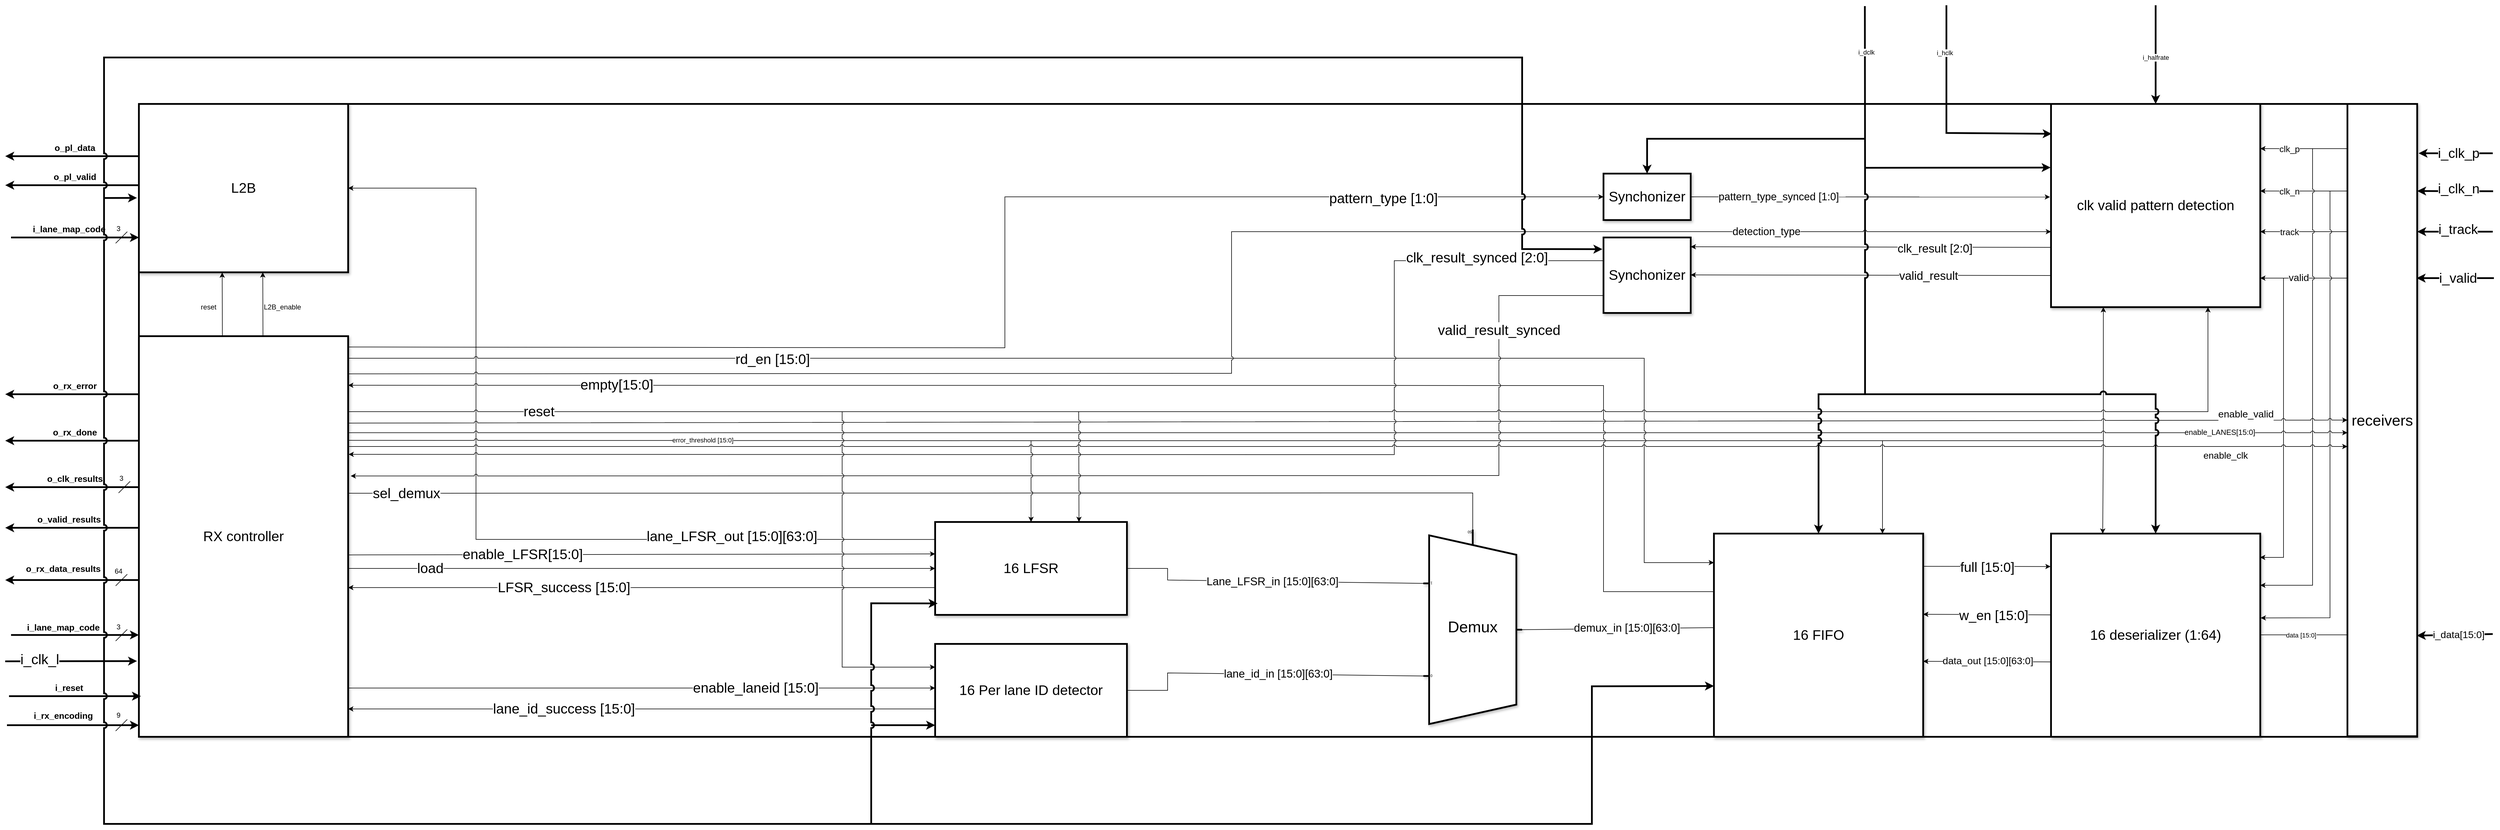
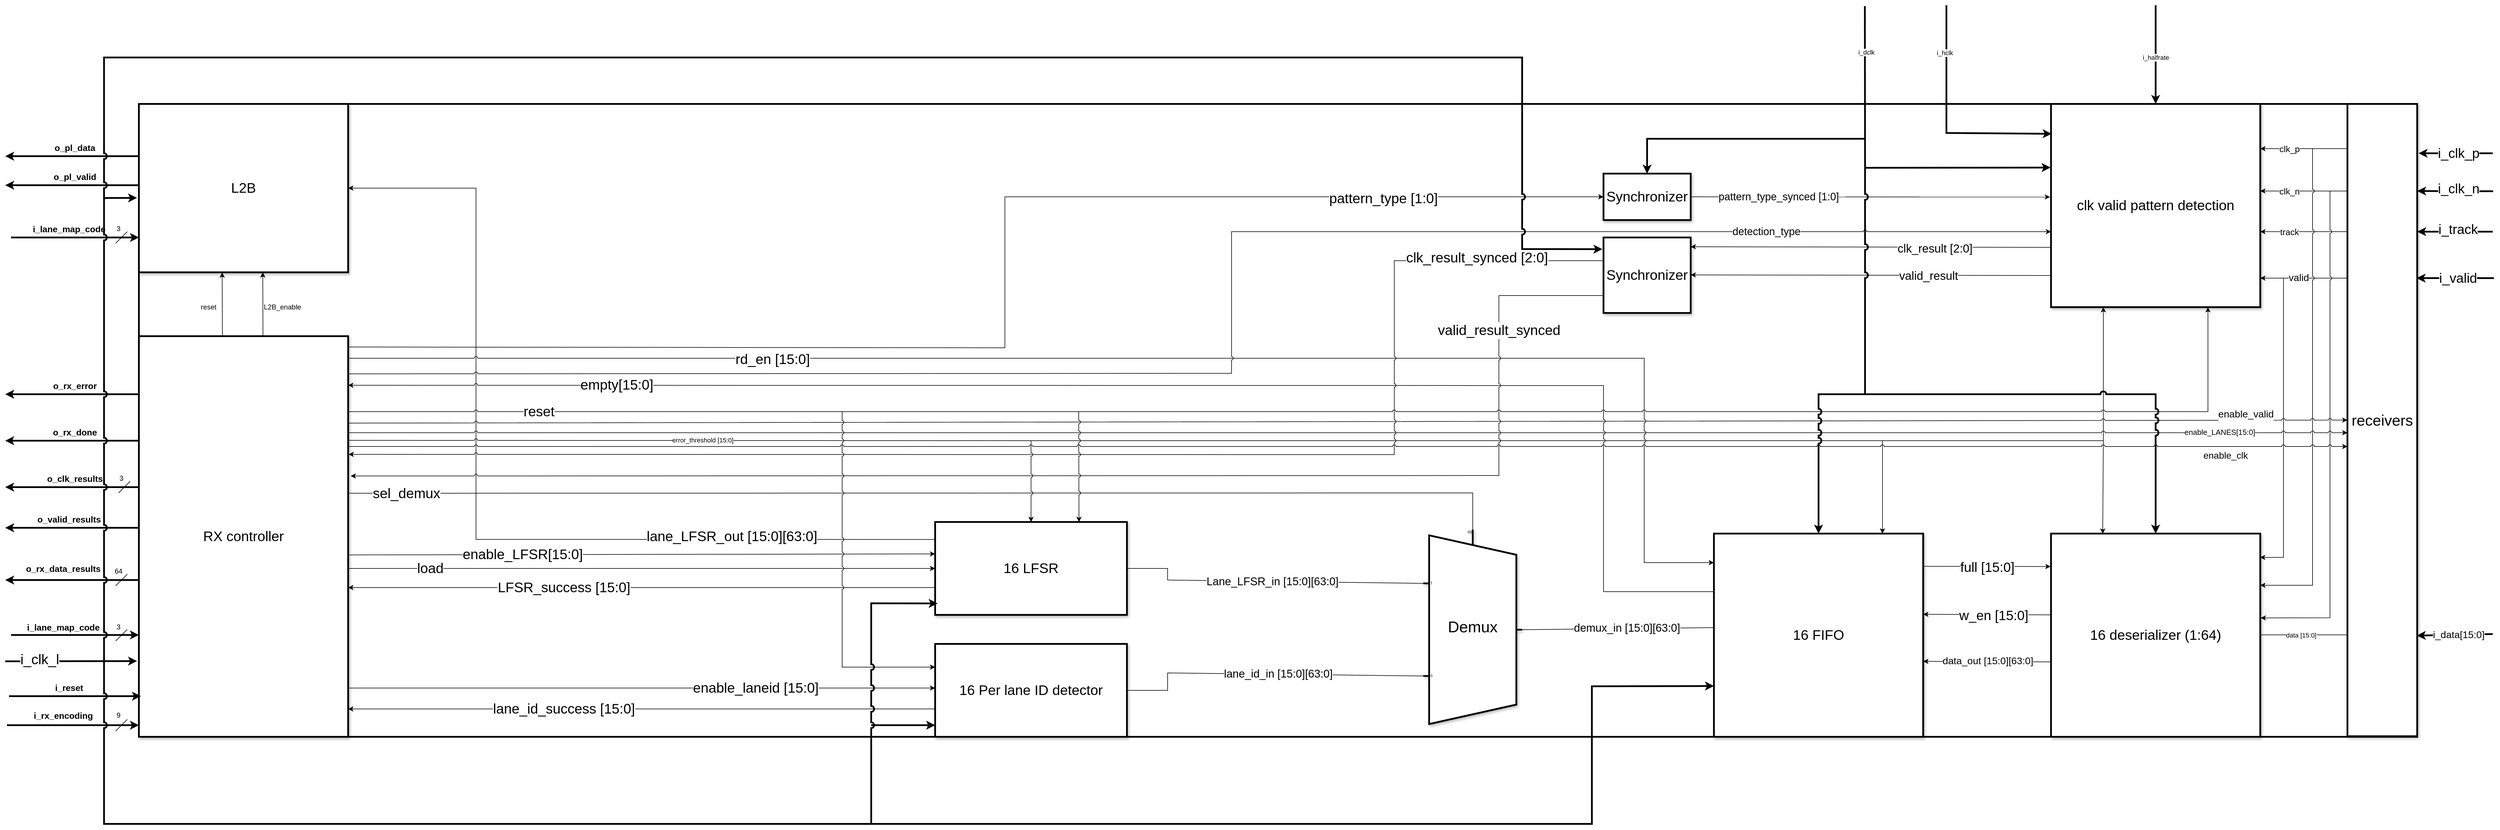
<mxfile host="65bd71144e">
    <diagram id="FaPvTgmFWtk525GHvMJ-" name="Page-1">
        <mxGraphModel dx="5278" dy="4216" grid="1" gridSize="10" guides="1" tooltips="1" connect="1" arrows="1" fold="1" page="1" pageScale="1" pageWidth="850" pageHeight="1100" math="0" shadow="0">
            <root>
                <mxCell id="0"/>
                <mxCell id="1" parent="0"/>
                <mxCell id="2" value="" style="rounded=0;whiteSpace=wrap;html=1;strokeWidth=3;" parent="1" vertex="1">
                    <mxGeometry x="-1500" width="3920" height="1090" as="geometry"/>
                </mxCell>
                <mxCell id="3" value="&lt;font style=&quot;font-size: 26px;&quot;&gt;receivers&lt;/font&gt;" style="rounded=0;whiteSpace=wrap;html=1;strokeWidth=3;shadow=1;" parent="1" vertex="1">
                    <mxGeometry x="2300" width="120" height="1089" as="geometry"/>
                </mxCell>
                <mxCell id="4" value="" style="endArrow=classic;html=1;strokeWidth=3;endFill=1;entryX=1.02;entryY=0.078;entryDx=0;entryDy=0;entryPerimeter=0;" parent="1" target="3" edge="1">
                    <mxGeometry width="50" height="50" relative="1" as="geometry">
                        <mxPoint x="2550" y="85" as="sourcePoint"/>
                        <mxPoint x="2010" y="400" as="targetPoint"/>
                    </mxGeometry>
                </mxCell>
                <mxCell id="5" value="&lt;font style=&quot;font-size: 23px;&quot;&gt;i_clk_p&lt;/font&gt;" style="edgeLabel;html=1;align=center;verticalAlign=middle;resizable=0;points=[];" parent="4" connectable="0" vertex="1">
                    <mxGeometry x="0.4869" y="-2" relative="1" as="geometry">
                        <mxPoint x="36" y="2" as="offset"/>
                    </mxGeometry>
                </mxCell>
                <mxCell id="6" value="" style="endArrow=classic;html=1;entryX=1.001;entryY=0.073;entryDx=0;entryDy=0;entryPerimeter=0;strokeWidth=3;" parent="1" edge="1">
                    <mxGeometry width="50" height="50" relative="1" as="geometry">
                        <mxPoint x="2550.64" y="150.43" as="sourcePoint"/>
                        <mxPoint x="2420" y="150" as="targetPoint"/>
                    </mxGeometry>
                </mxCell>
                <mxCell id="7" value="&lt;font style=&quot;font-size: 23px;&quot;&gt;i_clk_n&lt;/font&gt;" style="edgeLabel;html=1;align=center;verticalAlign=middle;resizable=0;points=[];" parent="6" connectable="0" vertex="1">
                    <mxGeometry x="0.4869" y="-2" relative="1" as="geometry">
                        <mxPoint x="37" y="-2" as="offset"/>
                    </mxGeometry>
                </mxCell>
                <mxCell id="8" value="" style="endArrow=classic;html=1;exitX=1.003;exitY=0.073;exitDx=0;exitDy=0;exitPerimeter=0;strokeWidth=3;" parent="1" edge="1">
                    <mxGeometry width="50" height="50" relative="1" as="geometry">
                        <mxPoint x="2550" y="220" as="sourcePoint"/>
                        <mxPoint x="2420" y="220" as="targetPoint"/>
                    </mxGeometry>
                </mxCell>
                <mxCell id="9" value="&lt;font style=&quot;font-size: 23px;&quot;&gt;i_track&lt;/font&gt;" style="edgeLabel;html=1;align=center;verticalAlign=middle;resizable=0;points=[];" parent="8" connectable="0" vertex="1">
                    <mxGeometry x="0.4869" y="-2" relative="1" as="geometry">
                        <mxPoint x="36" y="-2" as="offset"/>
                    </mxGeometry>
                </mxCell>
                <mxCell id="10" value="" style="endArrow=classic;html=1;entryX=1.001;entryY=0.073;entryDx=0;entryDy=0;entryPerimeter=0;exitX=0.994;exitY=0.852;exitDx=0;exitDy=0;exitPerimeter=0;strokeWidth=3;" parent="1" edge="1">
                    <mxGeometry width="50" height="50" relative="1" as="geometry">
                        <mxPoint x="2550" y="913" as="sourcePoint"/>
                        <mxPoint x="2419.2799999999997" y="915.6800000000003" as="targetPoint"/>
                    </mxGeometry>
                </mxCell>
                <mxCell id="11" value="&lt;font style=&quot;font-size: 17px;&quot;&gt;i_data[15:0]&lt;/font&gt;" style="edgeLabel;html=1;align=center;verticalAlign=middle;resizable=0;points=[];" parent="10" connectable="0" vertex="1">
                    <mxGeometry x="0.4869" y="-2" relative="1" as="geometry">
                        <mxPoint x="38" y="2" as="offset"/>
                    </mxGeometry>
                </mxCell>
                <mxCell id="12" value="&lt;font style=&quot;font-size: 24px;&quot;&gt;clk valid pattern detection&lt;/font&gt;" style="rounded=0;whiteSpace=wrap;html=1;strokeWidth=3;fillColor=#FFFFFF;shadow=1;" parent="1" vertex="1">
                    <mxGeometry x="1790" width="360" height="350" as="geometry"/>
                </mxCell>
                <mxCell id="13" value="" style="endArrow=classic;html=1;entryX=1.001;entryY=0.073;entryDx=0;entryDy=0;entryPerimeter=0;exitX=1.003;exitY=0.073;exitDx=0;exitDy=0;exitPerimeter=0;strokeWidth=3;" parent="1" edge="1">
                    <mxGeometry width="50" height="50" relative="1" as="geometry">
                        <mxPoint x="2552" y="300" as="sourcePoint"/>
                        <mxPoint x="2419" y="300" as="targetPoint"/>
                    </mxGeometry>
                </mxCell>
                <mxCell id="14" value="&lt;font style=&quot;font-size: 23px;&quot;&gt;i_valid&lt;/font&gt;" style="edgeLabel;html=1;align=center;verticalAlign=middle;resizable=0;points=[];" parent="13" connectable="0" vertex="1">
                    <mxGeometry x="0.4869" y="-2" relative="1" as="geometry">
                        <mxPoint x="37" y="2" as="offset"/>
                    </mxGeometry>
                </mxCell>
                <mxCell id="15" value="" style="endArrow=classic;html=1;entryX=1;entryY=1;entryDx=0;entryDy=0;exitX=0;exitY=1;exitDx=0;exitDy=0;rounded=0;strokeColor=default;strokeWidth=1;align=center;verticalAlign=middle;fontFamily=Helvetica;fontSize=11;fontColor=default;labelBackgroundColor=default;curved=0;" parent="1" edge="1">
                    <mxGeometry width="50" height="50" relative="1" as="geometry">
                        <mxPoint x="2300" y="77" as="sourcePoint"/>
                        <mxPoint x="2150" y="77" as="targetPoint"/>
                    </mxGeometry>
                </mxCell>
                <mxCell id="16" value="&lt;font style=&quot;font-size: 15px;&quot;&gt;clk_p&lt;/font&gt;" style="edgeLabel;html=1;align=center;verticalAlign=middle;resizable=0;points=[];rounded=0;strokeColor=default;strokeWidth=3;fontFamily=Helvetica;fontSize=11;fontColor=default;labelBackgroundColor=default;" parent="15" connectable="0" vertex="1">
                    <mxGeometry x="-0.4867" relative="1" as="geometry">
                        <mxPoint x="-62" as="offset"/>
                    </mxGeometry>
                </mxCell>
                <mxCell id="17" value="" style="endArrow=classic;html=1;entryX=1;entryY=1;entryDx=0;entryDy=0;exitX=0;exitY=1;exitDx=0;exitDy=0;rounded=0;strokeColor=default;strokeWidth=1;align=center;verticalAlign=middle;fontFamily=Helvetica;fontSize=11;fontColor=default;labelBackgroundColor=default;curved=0;" parent="1" edge="1">
                    <mxGeometry width="50" height="50" relative="1" as="geometry">
                        <mxPoint x="2300" y="150" as="sourcePoint"/>
                        <mxPoint x="2150" y="150" as="targetPoint"/>
                    </mxGeometry>
                </mxCell>
                <mxCell id="18" value="&lt;font style=&quot;font-size: 15px;&quot;&gt;clk_n&lt;/font&gt;" style="edgeLabel;html=1;align=center;verticalAlign=middle;resizable=0;points=[];rounded=0;strokeColor=default;strokeWidth=3;fontFamily=Helvetica;fontSize=11;fontColor=default;labelBackgroundColor=default;" parent="17" connectable="0" vertex="1">
                    <mxGeometry x="-0.4867" relative="1" as="geometry">
                        <mxPoint x="-62" as="offset"/>
                    </mxGeometry>
                </mxCell>
                <mxCell id="19" value="" style="endArrow=classic;html=1;entryX=1;entryY=1;entryDx=0;entryDy=0;exitX=0;exitY=1;exitDx=0;exitDy=0;rounded=0;strokeColor=default;strokeWidth=1;align=center;verticalAlign=middle;fontFamily=Helvetica;fontSize=11;fontColor=default;labelBackgroundColor=default;curved=0;" parent="1" edge="1">
                    <mxGeometry width="50" height="50" relative="1" as="geometry">
                        <mxPoint x="2300" y="220" as="sourcePoint"/>
                        <mxPoint x="2150" y="220" as="targetPoint"/>
                    </mxGeometry>
                </mxCell>
                <mxCell id="20" value="&lt;font style=&quot;font-size: 15px;&quot;&gt;track&lt;/font&gt;" style="edgeLabel;html=1;align=center;verticalAlign=middle;resizable=0;points=[];rounded=0;strokeColor=default;strokeWidth=3;fontFamily=Helvetica;fontSize=11;fontColor=default;labelBackgroundColor=default;" parent="19" connectable="0" vertex="1">
                    <mxGeometry x="-0.4867" relative="1" as="geometry">
                        <mxPoint x="-62" as="offset"/>
                    </mxGeometry>
                </mxCell>
                <mxCell id="21" value="" style="endArrow=classic;html=1;entryX=1;entryY=1;entryDx=0;entryDy=0;exitX=0;exitY=1;exitDx=0;exitDy=0;rounded=0;strokeColor=default;strokeWidth=1;align=center;verticalAlign=middle;fontFamily=Helvetica;fontSize=11;fontColor=default;labelBackgroundColor=default;curved=0;" parent="1" edge="1">
                    <mxGeometry width="50" height="50" relative="1" as="geometry">
                        <mxPoint x="2300" y="300" as="sourcePoint"/>
                        <mxPoint x="2150" y="300" as="targetPoint"/>
                    </mxGeometry>
                </mxCell>
                <mxCell id="22" value="&lt;font style=&quot;font-size: 17px;&quot;&gt;valid&lt;/font&gt;" style="edgeLabel;html=1;align=center;verticalAlign=middle;resizable=0;points=[];rounded=0;strokeColor=default;strokeWidth=3;fontFamily=Helvetica;fontSize=11;fontColor=default;labelBackgroundColor=default;" parent="21" connectable="0" vertex="1">
                    <mxGeometry x="-0.4867" relative="1" as="geometry">
                        <mxPoint x="-46" as="offset"/>
                    </mxGeometry>
                </mxCell>
                <mxCell id="23" value="&lt;font style=&quot;font-size: 24px;&quot;&gt;16 deserializer (1:64)&lt;/font&gt;" style="rounded=0;whiteSpace=wrap;html=1;strokeWidth=3;fillColor=#FFFFFF;shadow=1;" parent="1" vertex="1">
                    <mxGeometry x="1790" y="740" width="360" height="350" as="geometry"/>
                </mxCell>
                <mxCell id="24" value="" style="endArrow=none;html=1;entryX=1;entryY=1;entryDx=0;entryDy=0;exitX=0;exitY=1;exitDx=0;exitDy=0;" parent="1" edge="1">
                    <mxGeometry width="50" height="50" relative="1" as="geometry">
                        <mxPoint x="2150" y="914.41" as="sourcePoint"/>
                        <mxPoint x="2300" y="914.41" as="targetPoint"/>
                    </mxGeometry>
                </mxCell>
                <mxCell id="25" value="data [15:0]" style="edgeLabel;html=1;align=center;verticalAlign=middle;resizable=0;points=[];" parent="24" connectable="0" vertex="1">
                    <mxGeometry x="-0.4867" relative="1" as="geometry">
                        <mxPoint x="31" as="offset"/>
                    </mxGeometry>
                </mxCell>
                <mxCell id="27" value="&lt;font style=&quot;font-size: 24px;&quot;&gt;16 LFSR&lt;/font&gt;" style="rounded=0;whiteSpace=wrap;html=1;strokeWidth=3;fillColor=#FFFFFF;shadow=1;" parent="1" vertex="1">
                    <mxGeometry x="-130" y="720" width="330" height="160" as="geometry"/>
                </mxCell>
                <mxCell id="28" value="&lt;font style=&quot;font-size: 24px;&quot;&gt;16 Per lane ID detector&lt;/font&gt;" style="rounded=0;whiteSpace=wrap;html=1;strokeWidth=3;fillColor=#FFFFFF;shadow=1;" parent="1" vertex="1">
                    <mxGeometry x="-130" y="930" width="330" height="160" as="geometry"/>
                </mxCell>
                <mxCell id="29" value="&lt;font style=&quot;font-size: 24px;&quot;&gt;L2B&lt;/font&gt;" style="rounded=0;whiteSpace=wrap;html=1;strokeWidth=3;fillColor=#FFFFFF;shadow=1;" parent="1" vertex="1">
                    <mxGeometry x="-1500" width="360" height="290" as="geometry"/>
                </mxCell>
                <mxCell id="30" value="&lt;font style=&quot;font-size: 24px;&quot;&gt;RX controller&lt;/font&gt;" style="rounded=0;whiteSpace=wrap;html=1;strokeWidth=3;fillColor=#FFFFFF;shadow=1;" parent="1" vertex="1">
                    <mxGeometry x="-1500" y="400" width="360" height="690" as="geometry"/>
                </mxCell>
                <mxCell id="31" value="&lt;font style=&quot;font-size: 24px;&quot;&gt;16 FIFO&lt;/font&gt;" style="rounded=0;whiteSpace=wrap;html=1;strokeWidth=3;fillColor=#FFFFFF;shadow=1;" parent="1" vertex="1">
                    <mxGeometry x="1210" y="740" width="360" height="350" as="geometry"/>
                </mxCell>
-                 <mxCell id="32" value="&lt;font style=&quot;font-size: 24px;&quot;&gt;Synchonizer&lt;/font&gt;" style="rounded=0;whiteSpace=wrap;html=1;strokeWidth=3;fillColor=#FFFFFF;shadow=1;" parent="1" vertex="1">
+                 <mxCell id="32" value="&lt;font style=&quot;font-size: 24px;&quot;&gt;Synchronizer&lt;/font&gt;" style="rounded=0;whiteSpace=wrap;html=1;strokeWidth=3;fillColor=#FFFFFF;shadow=1;" parent="1" vertex="1">
                    <mxGeometry x="1020" y="120" width="150" height="80" as="geometry"/>
                </mxCell>
-                 <mxCell id="34" value="&lt;font style=&quot;font-size: 24px;&quot;&gt;Synchonizer&lt;/font&gt;" style="rounded=0;whiteSpace=wrap;html=1;strokeWidth=3;fillColor=#FFFFFF;shadow=1;" parent="1" vertex="1">
+                 <mxCell id="34" value="&lt;font style=&quot;font-size: 24px;&quot;&gt;Synchronizer&lt;/font&gt;" style="rounded=0;whiteSpace=wrap;html=1;strokeWidth=3;fillColor=#FFFFFF;shadow=1;" parent="1" vertex="1">
                    <mxGeometry x="1020" y="230" width="150" height="130" as="geometry"/>
                </mxCell>
                <mxCell id="35" value="&lt;font style=&quot;font-size: 27px;&quot;&gt;Demux&lt;/font&gt;" style="shadow=1;dashed=0;align=center;html=1;strokeWidth=3;shape=mxgraph.electrical.abstract.mux2;operation=demux;whiteSpace=wrap;flipH=1;flipV=1;" parent="1" vertex="1">
                    <mxGeometry x="710" y="733" width="170" height="335" as="geometry"/>
                </mxCell>
                <mxCell id="37" value="" style="endArrow=classic;html=1;entryX=0;entryY=1;entryDx=0;entryDy=0;" parent="1" edge="1">
                    <mxGeometry width="50" height="50" relative="1" as="geometry">
                        <mxPoint x="1790" y="247" as="sourcePoint"/>
                        <mxPoint x="1170" y="246" as="targetPoint"/>
                    </mxGeometry>
                </mxCell>
                <mxCell id="40" value="&lt;font style=&quot;font-size: 20px;&quot;&gt;clk_result [2:0]&lt;/font&gt;" style="edgeLabel;html=1;align=center;verticalAlign=middle;resizable=0;points=[];" parent="37" connectable="0" vertex="1">
                    <mxGeometry x="-0.2189" y="1" relative="1" as="geometry">
                        <mxPoint x="42" as="offset"/>
                    </mxGeometry>
                </mxCell>
                <mxCell id="39" value="" style="endArrow=classic;html=1;entryX=0;entryY=1;entryDx=0;entryDy=0;" parent="1" edge="1">
                    <mxGeometry width="50" height="50" relative="1" as="geometry">
                        <mxPoint x="1790" y="295.5" as="sourcePoint"/>
                        <mxPoint x="1170" y="294.5" as="targetPoint"/>
                    </mxGeometry>
                </mxCell>
                <mxCell id="41" value="&lt;font style=&quot;font-size: 20px;&quot;&gt;valid_result&lt;/font&gt;" style="edgeLabel;html=1;align=center;verticalAlign=middle;resizable=0;points=[];" parent="39" connectable="0" vertex="1">
                    <mxGeometry x="-0.2097" y="1" relative="1" as="geometry">
                        <mxPoint x="34" y="-1" as="offset"/>
                    </mxGeometry>
                </mxCell>
                <mxCell id="42" value="" style="endArrow=classic;html=1;entryX=0.003;entryY=0.147;entryDx=0;entryDy=0;entryPerimeter=0;exitX=0;exitY=0;exitDx=0;exitDy=0;rounded=0;curved=0;strokeWidth=3;" parent="1" target="12" edge="1">
                    <mxGeometry width="50" height="50" relative="1" as="geometry">
                        <Array as="points">
                            <mxPoint x="1610" y="50"/>
                        </Array>
                        <mxPoint x="1610" y="-170" as="sourcePoint"/>
                        <mxPoint x="1710" y="160" as="targetPoint"/>
                    </mxGeometry>
                </mxCell>
                <mxCell id="44" value="i_hclk" style="edgeLabel;html=1;align=center;verticalAlign=middle;resizable=0;points=[];" parent="42" connectable="0" vertex="1">
                    <mxGeometry x="-0.5939" y="-3" relative="1" as="geometry">
                        <mxPoint as="offset"/>
                    </mxGeometry>
                </mxCell>
                <mxCell id="45" value="" style="endArrow=classic;html=1;entryX=-0.002;entryY=0.313;entryDx=0;entryDy=0;entryPerimeter=0;exitX=0.747;exitY=0.001;exitDx=0;exitDy=0;exitPerimeter=0;rounded=0;strokeColor=default;strokeWidth=3;align=center;verticalAlign=middle;fontFamily=Helvetica;fontSize=11;fontColor=default;labelBackgroundColor=default;curved=0;" parent="1" target="12" edge="1">
                    <mxGeometry width="50" height="50" relative="1" as="geometry">
                        <Array as="points">
                            <mxPoint x="1470" y="110"/>
                        </Array>
                        <mxPoint x="1469.6899999999996" y="-168.55000000000018" as="sourcePoint"/>
                        <mxPoint x="1789.9999999999998" y="108.09999999999991" as="targetPoint"/>
                    </mxGeometry>
                </mxCell>
                <mxCell id="46" value="i_dclk" style="edgeLabel;html=1;align=center;verticalAlign=middle;resizable=0;points=[];" parent="45" connectable="0" vertex="1">
                    <mxGeometry x="-0.7349" y="2" relative="1" as="geometry">
                        <mxPoint as="offset"/>
                    </mxGeometry>
                </mxCell>
                <mxCell id="48" value="" style="endArrow=classic;html=1;entryX=-0.005;entryY=0.458;entryDx=0;entryDy=0;entryPerimeter=0;exitX=1;exitY=0.5;exitDx=0;exitDy=0;" parent="1" source="32" target="12" edge="1">
                    <mxGeometry width="50" height="50" relative="1" as="geometry">
                        <mxPoint x="1290" y="200" as="sourcePoint"/>
                        <mxPoint x="1340" y="150" as="targetPoint"/>
                    </mxGeometry>
                </mxCell>
                <mxCell id="50" value="&lt;font style=&quot;font-size: 18px;&quot;&gt;pattern_type_synced [1:0]&lt;/font&gt;" style="edgeLabel;html=1;align=center;verticalAlign=middle;resizable=0;points=[];" parent="48" connectable="0" vertex="1">
                    <mxGeometry x="-0.6031" y="1" relative="1" as="geometry">
                        <mxPoint x="28" y="1" as="offset"/>
                    </mxGeometry>
                </mxCell>
                <mxCell id="51" value="" style="endArrow=classic;html=1;entryX=0.5;entryY=0;entryDx=0;entryDy=0;rounded=0;strokeColor=default;strokeWidth=3;align=center;verticalAlign=middle;fontFamily=Helvetica;fontSize=11;fontColor=default;labelBackgroundColor=default;curved=0;" parent="1" target="32" edge="1">
                    <mxGeometry width="50" height="50" relative="1" as="geometry">
                        <Array as="points">
                            <mxPoint x="1095" y="60"/>
                        </Array>
                        <mxPoint x="1470" y="60" as="sourcePoint"/>
                        <mxPoint x="1380" y="20" as="targetPoint"/>
                    </mxGeometry>
                </mxCell>
                <mxCell id="56" value="" style="endArrow=classic;html=1;entryX=0;entryY=0;entryDx=0;entryDy=0;rounded=0;curved=0;jumpStyle=arc;" parent="1" edge="1">
                    <mxGeometry width="50" height="50" relative="1" as="geometry">
                        <Array as="points">
                            <mxPoint x="2240" y="829"/>
                        </Array>
                        <mxPoint x="2240" y="77" as="sourcePoint"/>
                        <mxPoint x="2150" y="829" as="targetPoint"/>
                    </mxGeometry>
                </mxCell>
                <mxCell id="59" value="" style="endArrow=classic;html=1;entryX=1.002;entryY=0.415;entryDx=0;entryDy=0;entryPerimeter=0;rounded=0;curved=0;jumpStyle=arc;" parent="1" target="23" edge="1">
                    <mxGeometry width="50" height="50" relative="1" as="geometry">
                        <Array as="points">
                            <mxPoint x="2270" y="885"/>
                        </Array>
                        <mxPoint x="2270" y="150" as="sourcePoint"/>
                        <mxPoint x="2300" y="230" as="targetPoint"/>
                    </mxGeometry>
                </mxCell>
                <mxCell id="62" value="" style="endArrow=classic;html=1;entryX=0.999;entryY=0.117;entryDx=0;entryDy=0;entryPerimeter=0;rounded=0;curved=0;" parent="1" target="23" edge="1">
                    <mxGeometry width="50" height="50" relative="1" as="geometry">
                        <Array as="points">
                            <mxPoint x="2190" y="781"/>
                        </Array>
                        <mxPoint x="2190" y="300" as="sourcePoint"/>
                        <mxPoint x="2190" y="640" as="targetPoint"/>
                    </mxGeometry>
                </mxCell>
                <mxCell id="64" value="" style="endArrow=classic;html=1;entryX=-0.002;entryY=0.162;entryDx=0;entryDy=0;entryPerimeter=0;exitX=0.996;exitY=0.161;exitDx=0;exitDy=0;exitPerimeter=0;" parent="1" source="31" target="23" edge="1">
                    <mxGeometry width="50" height="50" relative="1" as="geometry">
                        <mxPoint x="1560" y="800" as="sourcePoint"/>
                        <mxPoint x="1610" y="750" as="targetPoint"/>
                    </mxGeometry>
                </mxCell>
                <mxCell id="66" value="&lt;font style=&quot;font-size: 23px;&quot;&gt;full [15:0]&lt;/font&gt;" style="edgeLabel;html=1;align=center;verticalAlign=middle;resizable=0;points=[];" parent="64" connectable="0" vertex="1">
                    <mxGeometry x="0.1066" y="-1" relative="1" as="geometry">
                        <mxPoint x="-11" as="offset"/>
                    </mxGeometry>
                </mxCell>
                <mxCell id="68" value="" style="endArrow=classic;html=1;entryX=-0.002;entryY=0.162;entryDx=0;entryDy=0;entryPerimeter=0;exitX=0.996;exitY=0.161;exitDx=0;exitDy=0;exitPerimeter=0;" parent="1" edge="1">
                    <mxGeometry width="50" height="50" relative="1" as="geometry">
                        <mxPoint x="1790" y="880" as="sourcePoint"/>
                        <mxPoint x="1570" y="879" as="targetPoint"/>
                    </mxGeometry>
                </mxCell>
                <mxCell id="69" value="&lt;font style=&quot;font-size: 23px;&quot;&gt;w_en [15:0]&lt;/font&gt;" style="edgeLabel;html=1;align=center;verticalAlign=middle;resizable=0;points=[];" parent="68" connectable="0" vertex="1">
                    <mxGeometry x="0.1066" y="-1" relative="1" as="geometry">
                        <mxPoint x="22" y="2" as="offset"/>
                    </mxGeometry>
                </mxCell>
                <mxCell id="71" value="" style="endArrow=classic;html=1;entryX=-0.002;entryY=0.162;entryDx=0;entryDy=0;entryPerimeter=0;exitX=0.996;exitY=0.161;exitDx=0;exitDy=0;exitPerimeter=0;" parent="1" edge="1">
                    <mxGeometry width="50" height="50" relative="1" as="geometry">
                        <mxPoint x="1790" y="961" as="sourcePoint"/>
                        <mxPoint x="1570" y="960" as="targetPoint"/>
                    </mxGeometry>
                </mxCell>
                <mxCell id="72" value="&lt;font style=&quot;font-size: 17px;&quot;&gt;data_out [15:0][63:0]&lt;/font&gt;" style="edgeLabel;html=1;align=center;verticalAlign=middle;resizable=0;points=[];" parent="71" connectable="0" vertex="1">
                    <mxGeometry x="0.1066" y="-1" relative="1" as="geometry">
                        <mxPoint x="12" as="offset"/>
                    </mxGeometry>
                </mxCell>
                <mxCell id="73" value="" style="endArrow=none;html=1;exitX=0;exitY=0.48507462686567165;exitDx=0;exitDy=0;exitPerimeter=0;entryX=1;entryY=1;entryDx=0;entryDy=0;" parent="1" source="35" edge="1">
                    <mxGeometry width="50" height="50" relative="1" as="geometry">
                        <mxPoint x="1030" y="820" as="sourcePoint"/>
                        <mxPoint x="1210.0000000000005" y="902" as="targetPoint"/>
                    </mxGeometry>
                </mxCell>
                <mxCell id="75" value="&lt;font style=&quot;font-size: 19px;&quot;&gt;demux_in [15:0][63:0]&lt;/font&gt;" style="edgeLabel;html=1;align=center;verticalAlign=middle;resizable=0;points=[];" parent="73" connectable="0" vertex="1">
                    <mxGeometry x="0.1576" y="1" relative="1" as="geometry">
                        <mxPoint x="-11" as="offset"/>
                    </mxGeometry>
                </mxCell>
                <mxCell id="76" value="" style="endArrow=classic;html=1;entryX=0.5;entryY=0;entryDx=0;entryDy=0;rounded=0;strokeColor=default;strokeWidth=3;align=center;verticalAlign=middle;fontFamily=Helvetica;fontSize=11;fontColor=default;labelBackgroundColor=default;curved=0;" parent="1" target="12" edge="1">
                    <mxGeometry width="50" height="50" relative="1" as="geometry">
                        <mxPoint x="1970" y="-170" as="sourcePoint"/>
                        <mxPoint x="1930" y="-140" as="targetPoint"/>
                    </mxGeometry>
                </mxCell>
                <mxCell id="78" value="i_halfrate" style="edgeLabel;html=1;align=center;verticalAlign=middle;resizable=0;points=[];" parent="76" connectable="0" vertex="1">
                    <mxGeometry x="-0.333" y="2" relative="1" as="geometry">
                        <mxPoint x="-2" y="33" as="offset"/>
                    </mxGeometry>
                </mxCell>
                <mxCell id="79" value="" style="endArrow=none;html=1;exitX=1;exitY=0.5;exitDx=0;exitDy=0;entryX=1;entryY=0.7141791044776119;entryDx=0;entryDy=3;entryPerimeter=0;rounded=0;curved=0;" parent="1" source="27" target="35" edge="1">
                    <mxGeometry width="50" height="50" relative="1" as="geometry">
                        <Array as="points">
                            <mxPoint x="270" y="800"/>
                            <mxPoint x="270" y="820"/>
                        </Array>
                        <mxPoint x="520" y="670" as="sourcePoint"/>
                        <mxPoint x="570" y="620" as="targetPoint"/>
                    </mxGeometry>
                </mxCell>
                <mxCell id="80" value="&lt;font style=&quot;font-size: 19px;&quot;&gt;Lane_LFSR_in [15:0][63:0]&lt;/font&gt;" style="edgeLabel;html=1;align=center;verticalAlign=middle;resizable=0;points=[];" parent="79" connectable="0" vertex="1">
                    <mxGeometry x="-0.1619" y="-1" relative="1" as="geometry">
                        <mxPoint x="48" as="offset"/>
                    </mxGeometry>
                </mxCell>
                <mxCell id="81" value="" style="endArrow=none;html=1;entryX=1;entryY=0.2380597014925373;entryDx=0;entryDy=3;entryPerimeter=0;exitX=1;exitY=0.5;exitDx=0;exitDy=0;rounded=0;curved=0;" parent="1" source="28" target="35" edge="1">
                    <mxGeometry width="50" height="50" relative="1" as="geometry">
                        <Array as="points">
                            <mxPoint x="270" y="1010"/>
                            <mxPoint x="270" y="980"/>
                        </Array>
                        <mxPoint x="400" y="950" as="sourcePoint"/>
                        <mxPoint x="450" y="900" as="targetPoint"/>
                    </mxGeometry>
                </mxCell>
                <mxCell id="82" value="&lt;font style=&quot;font-size: 19px;&quot;&gt;lane_id_in [15:0][63:0]&lt;/font&gt;" style="edgeLabel;html=1;align=center;verticalAlign=middle;resizable=0;points=[];" parent="81" connectable="0" vertex="1">
                    <mxGeometry x="-0.1365" relative="1" as="geometry">
                        <mxPoint x="57" as="offset"/>
                    </mxGeometry>
                </mxCell>
                <mxCell id="83" value="" style="endArrow=classic;html=1;entryX=0;entryY=0;entryDx=0;entryDy=0;exitX=0;exitY=0.5;exitDx=0;exitDy=0;" parent="1" edge="1">
                    <mxGeometry width="50" height="50" relative="1" as="geometry">
                        <mxPoint x="-130.00000000000045" y="833" as="sourcePoint"/>
                        <mxPoint x="-1140.0000000000023" y="833" as="targetPoint"/>
                    </mxGeometry>
                </mxCell>
                <mxCell id="85" value="&lt;font style=&quot;font-size: 24px;&quot;&gt;LFSR_success [15:0]&lt;/font&gt;" style="edgeLabel;html=1;align=center;verticalAlign=middle;resizable=0;points=[];" parent="83" connectable="0" vertex="1">
                    <mxGeometry x="0.4905" y="-2" relative="1" as="geometry">
                        <mxPoint x="113" y="2" as="offset"/>
                    </mxGeometry>
                </mxCell>
                <mxCell id="86" value="" style="endArrow=classic;html=1;entryX=0;entryY=0;entryDx=0;entryDy=0;exitX=0;exitY=0.5;exitDx=0;exitDy=0;" parent="1" edge="1">
                    <mxGeometry width="50" height="50" relative="1" as="geometry">
                        <mxPoint x="-130" y="1042" as="sourcePoint"/>
                        <mxPoint x="-1140.0000000000023" y="1042" as="targetPoint"/>
                    </mxGeometry>
                </mxCell>
                <mxCell id="87" value="&lt;font style=&quot;font-size: 24px;&quot;&gt;lane_id_success [15:0]&lt;/font&gt;" style="edgeLabel;html=1;align=center;verticalAlign=middle;resizable=0;points=[];" parent="86" connectable="0" vertex="1">
                    <mxGeometry x="0.4905" y="-2" relative="1" as="geometry">
                        <mxPoint x="113" y="2" as="offset"/>
                    </mxGeometry>
                </mxCell>
                <mxCell id="88" value="" style="endArrow=classic;html=1;entryX=1;entryY=0.5;entryDx=0;entryDy=0;exitX=-0.001;exitY=0.188;exitDx=0;exitDy=0;rounded=0;curved=0;exitPerimeter=0;" parent="1" source="27" target="29" edge="1">
                    <mxGeometry width="50" height="50" relative="1" as="geometry">
                        <Array as="points">
                            <mxPoint x="-920" y="750"/>
                            <mxPoint x="-920" y="145"/>
                        </Array>
                        <mxPoint x="-130.00000000000045" y="744.29" as="sourcePoint"/>
                        <mxPoint x="-1140.0000000000023" y="744.29" as="targetPoint"/>
                    </mxGeometry>
                </mxCell>
                <mxCell id="89" value="&lt;font style=&quot;font-size: 24px;&quot;&gt;lane_LFSR_out [15:0][63:0]&lt;/font&gt;" style="edgeLabel;html=1;align=center;verticalAlign=middle;resizable=0;points=[];" parent="88" connectable="0" vertex="1">
                    <mxGeometry x="0.4905" y="-2" relative="1" as="geometry">
                        <mxPoint x="438" y="409" as="offset"/>
                    </mxGeometry>
                </mxCell>
                <mxCell id="91" value="" style="endArrow=none;html=1;entryX=0.4411764705882353;entryY=1;entryDx=10;entryDy=0;entryPerimeter=0;exitX=0.996;exitY=0.392;exitDx=0;exitDy=0;exitPerimeter=0;rounded=0;curved=0;" parent="1" source="30" target="35" edge="1">
                    <mxGeometry width="50" height="50" relative="1" as="geometry">
                        <Array as="points">
                            <mxPoint x="795" y="670"/>
                        </Array>
                        <mxPoint x="-470" y="570" as="sourcePoint"/>
                        <mxPoint x="-420" y="520" as="targetPoint"/>
                    </mxGeometry>
                </mxCell>
                <mxCell id="93" value="&lt;font style=&quot;font-size: 24px;&quot;&gt;sel_demux&lt;/font&gt;" style="edgeLabel;html=1;align=center;verticalAlign=middle;resizable=0;points=[];" parent="91" connectable="0" vertex="1">
                    <mxGeometry x="-0.8939" y="5" relative="1" as="geometry">
                        <mxPoint x="-5" y="5" as="offset"/>
                    </mxGeometry>
                </mxCell>
                <mxCell id="94" value="" style="endArrow=classic;html=1;exitX=0;exitY=1;exitDx=0;exitDy=0;entryX=0;entryY=0.5;entryDx=0;entryDy=0;" parent="1" target="27" edge="1">
                    <mxGeometry width="50" height="50" relative="1" as="geometry">
                        <mxPoint x="-1139.9999999999995" y="800" as="sourcePoint"/>
                        <mxPoint x="-570" y="470" as="targetPoint"/>
                    </mxGeometry>
                </mxCell>
                <mxCell id="96" value="&lt;font style=&quot;font-size: 24px;&quot;&gt;load&lt;/font&gt;" style="edgeLabel;html=1;align=center;verticalAlign=middle;resizable=0;points=[];" parent="94" connectable="0" vertex="1">
                    <mxGeometry x="-0.6905" y="-4" relative="1" as="geometry">
                        <mxPoint x="-16" y="-4" as="offset"/>
                    </mxGeometry>
                </mxCell>
                <mxCell id="97" value="" style="endArrow=classic;html=1;entryX=1;entryY=1;entryDx=0;entryDy=0;exitX=1;exitY=0.546;exitDx=0;exitDy=0;exitPerimeter=0;" parent="1" source="30" edge="1">
                    <mxGeometry width="50" height="50" relative="1" as="geometry">
                        <mxPoint x="-460" y="660" as="sourcePoint"/>
                        <mxPoint x="-130.00000000000045" y="775" as="targetPoint"/>
                    </mxGeometry>
                </mxCell>
                <mxCell id="99" value="&lt;font style=&quot;font-size: 24px;&quot;&gt;enable_LFSR[15:0]&lt;/font&gt;" style="edgeLabel;html=1;align=center;verticalAlign=middle;resizable=0;points=[];" parent="97" connectable="0" vertex="1">
                    <mxGeometry x="-0.6296" y="-3" relative="1" as="geometry">
                        <mxPoint x="113" y="-4" as="offset"/>
                    </mxGeometry>
                </mxCell>
                <mxCell id="100" value="" style="endArrow=classic;html=1;exitX=1.002;exitY=0.826;exitDx=0;exitDy=0;exitPerimeter=0;entryX=0;entryY=0.25;entryDx=0;entryDy=0;" parent="1" edge="1">
                    <mxGeometry width="50" height="50" relative="1" as="geometry">
                        <mxPoint x="-1139.2800000000002" y="1005.9399999999996" as="sourcePoint"/>
                        <mxPoint x="-130" y="1006" as="targetPoint"/>
                    </mxGeometry>
                </mxCell>
                <mxCell id="102" value="&lt;font style=&quot;font-size: 24px;&quot;&gt;enable_laneid [15:0]&lt;/font&gt;" style="edgeLabel;html=1;align=center;verticalAlign=middle;resizable=0;points=[];" parent="100" connectable="0" vertex="1">
                    <mxGeometry x="-0.4783" relative="1" as="geometry">
                        <mxPoint x="437" as="offset"/>
                    </mxGeometry>
                </mxCell>
                <mxCell id="106" value="" style="endArrow=classic;html=1;entryX=0.25;entryY=1;entryDx=0;entryDy=0;rounded=0;curved=0;jumpStyle=arc;" parent="1" target="12" edge="1">
                    <mxGeometry width="50" height="50" relative="1" as="geometry">
                        <Array as="points">
                            <mxPoint x="1880" y="580"/>
                        </Array>
                        <mxPoint x="30" y="580" as="sourcePoint"/>
                        <mxPoint x="640" y="430" as="targetPoint"/>
                    </mxGeometry>
                </mxCell>
                <mxCell id="115" value="" style="endArrow=classic;html=1;entryX=0;entryY=1;entryDx=0;entryDy=0;exitX=0;exitY=0;exitDx=0;exitDy=0;" parent="1" edge="1">
                    <mxGeometry width="50" height="50" relative="1" as="geometry">
                        <mxPoint x="1500" y="580" as="sourcePoint"/>
                        <mxPoint x="1500" y="740" as="targetPoint"/>
                    </mxGeometry>
                </mxCell>
                <mxCell id="117" value="" style="endArrow=classic;html=1;entryX=0.247;entryY=-0.008;entryDx=0;entryDy=0;entryPerimeter=0;" parent="1" edge="1">
                    <mxGeometry width="50" height="50" relative="1" as="geometry">
                        <mxPoint x="1880" y="580" as="sourcePoint"/>
                        <mxPoint x="1878.92" y="740.1999999999998" as="targetPoint"/>
                    </mxGeometry>
                </mxCell>
                <mxCell id="138" value="" style="endArrow=classic;html=1;exitX=1;exitY=0.217;exitDx=0;exitDy=0;exitPerimeter=0;entryX=0;entryY=0.5;entryDx=0;entryDy=0;jumpStyle=arc;" parent="1" edge="1">
                    <mxGeometry width="50" height="50" relative="1" as="geometry">
                        <mxPoint x="-1140" y="566.27" as="sourcePoint"/>
                        <mxPoint x="2300" y="566.27" as="targetPoint"/>
                    </mxGeometry>
                </mxCell>
                <mxCell id="137" value="" style="endArrow=classic;html=1;exitX=1;exitY=0.217;exitDx=0;exitDy=0;exitPerimeter=0;entryX=0;entryY=0.5;entryDx=0;entryDy=0;jumpStyle=arc;" parent="1" source="30" target="3" edge="1">
                    <mxGeometry width="50" height="50" relative="1" as="geometry">
                        <mxPoint x="-790" y="830" as="sourcePoint"/>
                        <mxPoint x="-740" y="780" as="targetPoint"/>
                    </mxGeometry>
                </mxCell>
                <mxCell id="139" value="&lt;font style=&quot;font-size: 17px;&quot;&gt;enable_valid&lt;/font&gt;" style="edgeLabel;html=1;align=center;verticalAlign=middle;resizable=0;points=[];" parent="137" connectable="0" vertex="1">
                    <mxGeometry x="0.8779" y="-2" relative="1" as="geometry">
                        <mxPoint x="35" y="-12" as="offset"/>
                    </mxGeometry>
                </mxCell>
                <mxCell id="140" value="&lt;font style=&quot;font-size: 13px;&quot;&gt;enable_LANES[15:0]&lt;/font&gt;" style="edgeLabel;html=1;align=center;verticalAlign=middle;resizable=0;points=[];" parent="137" connectable="0" vertex="1">
                    <mxGeometry x="0.8779" y="-2" relative="1" as="geometry">
                        <mxPoint x="-10" y="18" as="offset"/>
                    </mxGeometry>
                </mxCell>
                <mxCell id="143" value="&lt;font style=&quot;font-size: 16px;&quot;&gt;enable_clk&lt;/font&gt;" style="edgeLabel;html=1;align=center;verticalAlign=middle;resizable=0;points=[];" parent="137" connectable="0" vertex="1">
                    <mxGeometry x="0.8779" y="-2" relative="1" as="geometry">
                        <mxPoint y="58" as="offset"/>
                    </mxGeometry>
                </mxCell>
                <mxCell id="119" value="" style="endArrow=classic;html=1;exitX=1;exitY=1;exitDx=0;exitDy=0;entryX=1;entryY=0.095;entryDx=0;entryDy=0;entryPerimeter=0;rounded=0;curved=0;jumpStyle=arc;" parent="1" edge="1">
                    <mxGeometry width="50" height="50" relative="1" as="geometry">
                        <Array as="points">
                            <mxPoint x="1020" y="840"/>
                            <mxPoint x="1020" y="485"/>
                        </Array>
                        <mxPoint x="1210" y="839.9999999999995" as="sourcePoint"/>
                        <mxPoint x="-1140" y="484.5499999999997" as="targetPoint"/>
                    </mxGeometry>
                </mxCell>
                <mxCell id="121" value="&lt;font style=&quot;font-size: 24px;&quot;&gt;empty[15:0]&lt;/font&gt;" style="edgeLabel;html=1;align=center;verticalAlign=middle;resizable=0;points=[];" parent="119" connectable="0" vertex="1">
                    <mxGeometry x="0.6577" y="-1" relative="1" as="geometry">
                        <mxPoint x="-1" as="offset"/>
                    </mxGeometry>
                </mxCell>
                <mxCell id="125" value="" style="endArrow=classic;html=1;entryX=0;entryY=0.5;entryDx=0;entryDy=0;exitX=1.004;exitY=0.027;exitDx=0;exitDy=0;exitPerimeter=0;rounded=0;curved=0;" parent="1" source="30" target="32" edge="1">
                    <mxGeometry width="50" height="50" relative="1" as="geometry">
                        <Array as="points">
                            <mxPoint x="-10" y="420"/>
                            <mxPoint x="-10" y="160"/>
                        </Array>
                        <mxPoint x="-700" y="610" as="sourcePoint"/>
                        <mxPoint x="-650" y="560" as="targetPoint"/>
                    </mxGeometry>
                </mxCell>
                <mxCell id="129" value="&lt;font style=&quot;font-size: 24px;&quot;&gt;pattern_type [1:0]&lt;/font&gt;" style="edgeLabel;html=1;align=center;verticalAlign=middle;resizable=0;points=[];" parent="125" connectable="0" vertex="1">
                    <mxGeometry x="0.6863" y="-3" relative="1" as="geometry">
                        <mxPoint as="offset"/>
                    </mxGeometry>
                </mxCell>
                <mxCell id="122" value="" style="endArrow=classic;html=1;entryX=0;entryY=0.143;entryDx=0;entryDy=0;entryPerimeter=0;exitX=1;exitY=0.055;exitDx=0;exitDy=0;exitPerimeter=0;rounded=0;curved=0;jumpStyle=arc;" parent="1" source="30" target="31" edge="1">
                    <mxGeometry width="50" height="50" relative="1" as="geometry">
                        <Array as="points">
                            <mxPoint x="1090" y="438"/>
                            <mxPoint x="1090" y="790"/>
                        </Array>
                        <mxPoint x="410" y="600" as="sourcePoint"/>
                        <mxPoint x="460" y="550" as="targetPoint"/>
                    </mxGeometry>
                </mxCell>
                <mxCell id="124" value="&lt;font style=&quot;font-size: 24px;&quot;&gt;rd_en [15:0]&lt;/font&gt;" style="edgeLabel;html=1;align=center;verticalAlign=middle;resizable=0;points=[];" parent="122" connectable="0" vertex="1">
                    <mxGeometry x="-0.4597" y="-2" relative="1" as="geometry">
                        <mxPoint as="offset"/>
                    </mxGeometry>
                </mxCell>
                <mxCell id="130" value="" style="endArrow=classic;html=1;entryX=1.002;entryY=0.295;entryDx=0;entryDy=0;entryPerimeter=0;exitX=1;exitY=0;exitDx=0;exitDy=0;rounded=0;curved=0;jumpStyle=arc;" parent="1" target="30" edge="1">
                    <mxGeometry width="50" height="50" relative="1" as="geometry">
                        <Array as="points">
                            <mxPoint x="660" y="270"/>
                            <mxPoint x="660" y="604"/>
                        </Array>
                        <mxPoint x="1020" y="270" as="sourcePoint"/>
                        <mxPoint x="920" y="720" as="targetPoint"/>
                    </mxGeometry>
                </mxCell>
                <mxCell id="135" value="&lt;font style=&quot;font-size: 24px;&quot;&gt;clk_result_synced [2:0]&lt;/font&gt;" style="edgeLabel;html=1;align=center;verticalAlign=middle;resizable=0;points=[];" parent="130" connectable="0" vertex="1">
                    <mxGeometry x="-0.8246" y="-5" relative="1" as="geometry">
                        <mxPoint as="offset"/>
                    </mxGeometry>
                </mxCell>
                <mxCell id="132" value="" style="endArrow=classic;html=1;exitX=1;exitY=0;exitDx=0;exitDy=0;entryX=1.012;entryY=0.349;entryDx=0;entryDy=0;entryPerimeter=0;jumpStyle=arc;rounded=0;curved=0;" parent="1" target="30" edge="1">
                    <mxGeometry width="50" height="50" relative="1" as="geometry">
                        <Array as="points">
                            <mxPoint x="840" y="330"/>
                            <mxPoint x="840" y="640"/>
                        </Array>
                        <mxPoint x="1020" y="330" as="sourcePoint"/>
                        <mxPoint x="840" y="510" as="targetPoint"/>
                    </mxGeometry>
                </mxCell>
                <mxCell id="136" value="&lt;font style=&quot;font-size: 24px;&quot;&gt;valid_result_synced&lt;/font&gt;" style="edgeLabel;html=1;align=center;verticalAlign=middle;resizable=0;points=[];" parent="132" connectable="0" vertex="1">
                    <mxGeometry x="-0.96" y="6" relative="1" as="geometry">
                        <mxPoint x="-131" y="54" as="offset"/>
                    </mxGeometry>
                </mxCell>
                <mxCell id="110" value="" style="endArrow=classic;html=1;entryX=0.75;entryY=1;entryDx=0;entryDy=0;rounded=0;curved=0;jumpStyle=arc;" parent="1" target="12" edge="1">
                    <mxGeometry width="50" height="50" relative="1" as="geometry">
                        <Array as="points">
                            <mxPoint x="2060" y="530"/>
                        </Array>
                        <mxPoint x="-290" y="530" as="sourcePoint"/>
                        <mxPoint x="2059.9999999999995" y="337" as="targetPoint"/>
                    </mxGeometry>
                </mxCell>
                <mxCell id="54" value="" style="endArrow=classic;html=1;entryX=0.5;entryY=0;entryDx=0;entryDy=0;rounded=0;strokeColor=default;strokeWidth=3;align=center;verticalAlign=middle;fontFamily=Helvetica;fontSize=11;fontColor=default;labelBackgroundColor=default;curved=0;jumpStyle=arc;" parent="1" target="31" edge="1">
                    <mxGeometry width="50" height="50" relative="1" as="geometry">
                        <Array as="points">
                            <mxPoint x="1390" y="500"/>
                        </Array>
                        <mxPoint x="1470" y="500" as="sourcePoint"/>
                        <mxPoint x="1590" y="430" as="targetPoint"/>
                    </mxGeometry>
                </mxCell>
                <mxCell id="53" value="" style="endArrow=classic;html=1;entryX=0.5;entryY=0;entryDx=0;entryDy=0;rounded=0;strokeColor=default;strokeWidth=3;align=center;verticalAlign=middle;fontFamily=Helvetica;fontSize=11;fontColor=default;labelBackgroundColor=default;curved=0;jumpStyle=arc;" parent="1" target="23" edge="1">
                    <mxGeometry width="50" height="50" relative="1" as="geometry">
                        <Array as="points">
                            <mxPoint x="1470" y="500"/>
                            <mxPoint x="1970" y="500"/>
                        </Array>
                        <mxPoint x="1470" y="110" as="sourcePoint"/>
                        <mxPoint x="1560" y="480" as="targetPoint"/>
                    </mxGeometry>
                </mxCell>
                <mxCell id="103" value="" style="endArrow=classic;html=1;exitX=0.999;exitY=0.26;exitDx=0;exitDy=0;entryX=0.5;entryY=0;entryDx=0;entryDy=0;rounded=0;curved=0;exitPerimeter=0;jumpStyle=arc;" parent="1" source="30" target="27" edge="1">
                    <mxGeometry width="50" height="50" relative="1" as="geometry">
                        <Array as="points">
                            <mxPoint x="35" y="580"/>
                        </Array>
                        <mxPoint x="-490" y="470" as="sourcePoint"/>
                        <mxPoint x="-440" y="420" as="targetPoint"/>
                    </mxGeometry>
                </mxCell>
                <mxCell id="104" value="&lt;font&gt;error_threshold [15:0]&lt;/font&gt;" style="edgeLabel;html=1;align=center;verticalAlign=middle;resizable=0;points=[];" parent="103" connectable="0" vertex="1">
                    <mxGeometry x="-0.0315" y="-1" relative="1" as="geometry">
                        <mxPoint x="-27" y="-2" as="offset"/>
                    </mxGeometry>
                </mxCell>
                <mxCell id="114" value="" style="endArrow=classic;html=1;entryX=0.75;entryY=0;entryDx=0;entryDy=0;jumpStyle=arc;" parent="1" target="27" edge="1">
                    <mxGeometry width="50" height="50" relative="1" as="geometry">
                        <mxPoint x="117" y="530" as="sourcePoint"/>
                        <mxPoint x="-40" y="630" as="targetPoint"/>
                    </mxGeometry>
                </mxCell>
                <mxCell id="107" value="" style="endArrow=classic;html=1;exitX=0;exitY=1;exitDx=0;exitDy=0;entryX=0;entryY=0.25;entryDx=0;entryDy=0;rounded=0;curved=0;jumpStyle=arc;" parent="1" target="28" edge="1">
                    <mxGeometry width="50" height="50" relative="1" as="geometry">
                        <Array as="points">
                            <mxPoint x="-290" y="530"/>
                            <mxPoint x="-290" y="970"/>
                        </Array>
                        <mxPoint x="-1139.9999999999995" y="530" as="sourcePoint"/>
                        <mxPoint x="40" y="680" as="targetPoint"/>
                    </mxGeometry>
                </mxCell>
                <mxCell id="109" value="&lt;font style=&quot;font-size: 24px;&quot;&gt;reset&lt;/font&gt;" style="edgeLabel;html=1;align=center;verticalAlign=middle;resizable=0;points=[];" parent="107" connectable="0" vertex="1">
                    <mxGeometry x="-0.5475" relative="1" as="geometry">
                        <mxPoint as="offset"/>
                    </mxGeometry>
                </mxCell>
                <mxCell id="142" value="" style="endArrow=classic;html=1;exitX=1;exitY=0.217;exitDx=0;exitDy=0;exitPerimeter=0;entryX=0;entryY=0.5;entryDx=0;entryDy=0;jumpStyle=arc;" parent="1" edge="1">
                    <mxGeometry width="50" height="50" relative="1" as="geometry">
                        <mxPoint x="-1140" y="590" as="sourcePoint"/>
                        <mxPoint x="2300" y="590" as="targetPoint"/>
                    </mxGeometry>
                </mxCell>
                <mxCell id="144" value="" style="endArrow=classic;html=1;exitX=1.002;exitY=0.094;exitDx=0;exitDy=0;exitPerimeter=0;entryX=1;entryY=0;entryDx=0;entryDy=0;rounded=0;curved=0;jumpStyle=arc;" parent="1" source="30" edge="1">
                    <mxGeometry width="50" height="50" relative="1" as="geometry">
                        <Array as="points">
                            <mxPoint x="380" y="464"/>
                            <mxPoint x="380" y="220"/>
                        </Array>
                        <mxPoint x="-590" y="670" as="sourcePoint"/>
                        <mxPoint x="1790.0000000000005" y="220" as="targetPoint"/>
                    </mxGeometry>
                </mxCell>
                <mxCell id="149" value="&lt;font style=&quot;font-size: 18px;&quot;&gt;detection_type&lt;/font&gt;" style="edgeLabel;html=1;align=center;verticalAlign=middle;resizable=0;points=[];" parent="144" connectable="0" vertex="1">
                    <mxGeometry x="0.538" y="-1" relative="1" as="geometry">
                        <mxPoint x="243" y="-1" as="offset"/>
                    </mxGeometry>
                </mxCell>
                <mxCell id="150" value="" style="endArrow=classic;html=1;entryX=-0.009;entryY=0.811;entryDx=0;entryDy=0;entryPerimeter=0;rounded=0;strokeColor=light-dark(#000000, #ff9090);strokeWidth=3;align=center;verticalAlign=middle;fontFamily=Helvetica;fontSize=11;fontColor=default;labelBackgroundColor=default;curved=0;jumpStyle=arc;" parent="1" target="30" edge="1">
                    <mxGeometry width="50" height="50" relative="1" as="geometry">
                        <mxPoint x="-1730" y="960" as="sourcePoint"/>
                        <mxPoint x="-1620" y="930" as="targetPoint"/>
                    </mxGeometry>
                </mxCell>
                <mxCell id="159" value="&lt;font style=&quot;font-size: 24px;&quot;&gt;i_clk_l&lt;/font&gt;" style="edgeLabel;html=1;align=center;verticalAlign=middle;resizable=0;points=[];rounded=0;strokeColor=light-dark(#000000, #ff9090);strokeWidth=3;fontFamily=Helvetica;fontSize=11;fontColor=default;labelBackgroundColor=default;" parent="150" connectable="0" vertex="1">
                    <mxGeometry x="-0.4842" y="3" relative="1" as="geometry">
                        <mxPoint as="offset"/>
                    </mxGeometry>
                </mxCell>
                <mxCell id="153" value="" style="endArrow=classic;html=1;rounded=0;strokeColor=light-dark(#000000, #ff9090);strokeWidth=3;align=center;verticalAlign=middle;fontFamily=Helvetica;fontSize=11;fontColor=default;labelBackgroundColor=default;curved=0;jumpStyle=arc;" parent="1" edge="1">
                    <mxGeometry width="50" height="50" relative="1" as="geometry">
                        <mxPoint x="-240" y="1070" as="sourcePoint"/>
                        <mxPoint x="-130" y="1070" as="targetPoint"/>
                    </mxGeometry>
                </mxCell>
                <mxCell id="155" value="" style="endArrow=classic;html=1;entryX=0;entryY=0.75;entryDx=0;entryDy=0;rounded=0;strokeColor=light-dark(#000000, #ff9090);strokeWidth=3;align=center;verticalAlign=middle;fontFamily=Helvetica;fontSize=11;fontColor=default;labelBackgroundColor=default;curved=0;jumpStyle=arc;" parent="1" target="31" edge="1">
                    <mxGeometry width="50" height="50" relative="1" as="geometry">
                        <Array as="points">
                            <mxPoint x="1000" y="1240"/>
                            <mxPoint x="1000" y="1003"/>
                        </Array>
                        <mxPoint x="-240" y="1240" as="sourcePoint"/>
                        <mxPoint x="350" y="1170" as="targetPoint"/>
                    </mxGeometry>
                </mxCell>
                <mxCell id="dOAtuW3WXPak9XoR4q0A-159" value="" style="endArrow=classic;html=1;rounded=0;strokeColor=default;strokeWidth=3;align=center;verticalAlign=middle;fontFamily=Helvetica;fontSize=11;fontColor=default;labelBackgroundColor=default;curved=0;" parent="1" edge="1">
                    <mxGeometry width="50" height="50" relative="1" as="geometry">
                        <mxPoint x="-1500" y="90" as="sourcePoint"/>
                        <mxPoint x="-1730" y="90" as="targetPoint"/>
                    </mxGeometry>
                </mxCell>
                <mxCell id="dOAtuW3WXPak9XoR4q0A-162" value="&lt;b&gt;&lt;font style=&quot;font-size: 15px;&quot;&gt;o_pl_data&lt;/font&gt;&lt;/b&gt;" style="text;html=1;whiteSpace=wrap;strokeColor=none;fillColor=none;align=center;verticalAlign=middle;rounded=0;" parent="1" vertex="1">
                    <mxGeometry x="-1640" y="60" width="60" height="30" as="geometry"/>
                </mxCell>
                <mxCell id="dOAtuW3WXPak9XoR4q0A-163" value="" style="endArrow=classic;html=1;rounded=0;strokeColor=default;strokeWidth=3;align=center;verticalAlign=middle;fontFamily=Helvetica;fontSize=11;fontColor=default;labelBackgroundColor=default;curved=0;" parent="1" edge="1">
                    <mxGeometry width="50" height="50" relative="1" as="geometry">
                        <mxPoint x="-1500" y="140" as="sourcePoint"/>
                        <mxPoint x="-1730" y="140" as="targetPoint"/>
                    </mxGeometry>
                </mxCell>
                <mxCell id="dOAtuW3WXPak9XoR4q0A-164" value="&lt;b&gt;&lt;font style=&quot;font-size: 15px;&quot;&gt;o_pl_valid&lt;/font&gt;&lt;/b&gt;" style="text;html=1;whiteSpace=wrap;strokeColor=none;fillColor=none;align=center;verticalAlign=middle;rounded=0;" parent="1" vertex="1">
                    <mxGeometry x="-1640" y="110" width="60" height="30" as="geometry"/>
                </mxCell>
                <mxCell id="dOAtuW3WXPak9XoR4q0A-165" value="" style="endArrow=classic;html=1;rounded=0;strokeColor=default;strokeWidth=3;align=center;verticalAlign=middle;fontFamily=Helvetica;fontSize=11;fontColor=default;labelBackgroundColor=default;curved=0;" parent="1" edge="1">
                    <mxGeometry width="50" height="50" relative="1" as="geometry">
                        <mxPoint x="-1500" y="500" as="sourcePoint"/>
                        <mxPoint x="-1730" y="500" as="targetPoint"/>
                    </mxGeometry>
                </mxCell>
                <mxCell id="dOAtuW3WXPak9XoR4q0A-166" value="" style="endArrow=classic;html=1;rounded=0;strokeColor=default;strokeWidth=3;align=center;verticalAlign=middle;fontFamily=Helvetica;fontSize=11;fontColor=default;labelBackgroundColor=default;curved=0;" parent="1" edge="1">
                    <mxGeometry width="50" height="50" relative="1" as="geometry">
                        <mxPoint x="-1500" y="580" as="sourcePoint"/>
                        <mxPoint x="-1730" y="580" as="targetPoint"/>
                    </mxGeometry>
                </mxCell>
                <mxCell id="dOAtuW3WXPak9XoR4q0A-167" value="" style="endArrow=classic;html=1;rounded=0;strokeColor=default;strokeWidth=3;align=center;verticalAlign=middle;fontFamily=Helvetica;fontSize=11;fontColor=default;labelBackgroundColor=default;curved=0;" parent="1" edge="1">
                    <mxGeometry width="50" height="50" relative="1" as="geometry">
                        <mxPoint x="-1500" y="660" as="sourcePoint"/>
                        <mxPoint x="-1730" y="660" as="targetPoint"/>
                    </mxGeometry>
                </mxCell>
                <mxCell id="dOAtuW3WXPak9XoR4q0A-168" value="&lt;b&gt;&lt;font style=&quot;font-size: 15px;&quot;&gt;o_rx_error&lt;/font&gt;&lt;/b&gt;" style="text;html=1;whiteSpace=wrap;strokeColor=none;fillColor=none;align=center;verticalAlign=middle;rounded=0;" parent="1" vertex="1">
                    <mxGeometry x="-1640" y="470" width="60" height="30" as="geometry"/>
                </mxCell>
                <mxCell id="dOAtuW3WXPak9XoR4q0A-169" value="&lt;b&gt;&lt;font style=&quot;font-size: 15px;&quot;&gt;o_rx_done&lt;/font&gt;&lt;/b&gt;" style="text;html=1;whiteSpace=wrap;strokeColor=none;fillColor=none;align=center;verticalAlign=middle;rounded=0;" parent="1" vertex="1">
                    <mxGeometry x="-1640" y="550" width="60" height="30" as="geometry"/>
                </mxCell>
                <mxCell id="dOAtuW3WXPak9XoR4q0A-170" value="&lt;span style=&quot;font-size: 15px;&quot;&gt;&lt;b&gt;o_clk_results&lt;/b&gt;&lt;/span&gt;" style="text;html=1;whiteSpace=wrap;strokeColor=none;fillColor=none;align=center;verticalAlign=middle;rounded=0;" parent="1" vertex="1">
                    <mxGeometry x="-1640" y="630" width="60" height="30" as="geometry"/>
                </mxCell>
                <mxCell id="dOAtuW3WXPak9XoR4q0A-171" value="" style="endArrow=classic;html=1;rounded=0;strokeColor=default;strokeWidth=3;align=center;verticalAlign=middle;fontFamily=Helvetica;fontSize=11;fontColor=default;labelBackgroundColor=default;curved=0;" parent="1" edge="1">
                    <mxGeometry width="50" height="50" relative="1" as="geometry">
                        <mxPoint x="-1500" y="730" as="sourcePoint"/>
                        <mxPoint x="-1730" y="730" as="targetPoint"/>
                    </mxGeometry>
                </mxCell>
                <mxCell id="dOAtuW3WXPak9XoR4q0A-172" value="" style="endArrow=classic;html=1;rounded=0;strokeColor=default;strokeWidth=3;align=center;verticalAlign=middle;fontFamily=Helvetica;fontSize=11;fontColor=default;labelBackgroundColor=default;curved=0;" parent="1" edge="1">
                    <mxGeometry width="50" height="50" relative="1" as="geometry">
                        <mxPoint x="-1500" y="820" as="sourcePoint"/>
                        <mxPoint x="-1730" y="820" as="targetPoint"/>
                    </mxGeometry>
                </mxCell>
                <mxCell id="dOAtuW3WXPak9XoR4q0A-174" value="&lt;span style=&quot;font-size: 15px;&quot;&gt;&lt;b&gt;o_valid_results&lt;/b&gt;&lt;/span&gt;" style="text;html=1;whiteSpace=wrap;strokeColor=none;fillColor=none;align=center;verticalAlign=middle;rounded=0;" parent="1" vertex="1">
                    <mxGeometry x="-1650" y="700" width="60" height="30" as="geometry"/>
                </mxCell>
                <mxCell id="dOAtuW3WXPak9XoR4q0A-175" value="&lt;span style=&quot;font-size: 15px;&quot;&gt;&lt;b&gt;o_rx_data_results&lt;/b&gt;&lt;/span&gt;" style="text;html=1;whiteSpace=wrap;strokeColor=none;fillColor=none;align=center;verticalAlign=middle;rounded=0;" parent="1" vertex="1">
                    <mxGeometry x="-1660" y="785" width="60" height="30" as="geometry"/>
                </mxCell>
                <mxCell id="dOAtuW3WXPak9XoR4q0A-176" value="" style="endArrow=classic;html=1;rounded=0;exitX=0.575;exitY=-0.001;exitDx=0;exitDy=0;exitPerimeter=0;entryX=0.574;entryY=0.999;entryDx=0;entryDy=0;entryPerimeter=0;" parent="1" edge="1">
                    <mxGeometry width="50" height="50" relative="1" as="geometry">
                        <mxPoint x="-1286.5200000000002" y="399.6000000000002" as="sourcePoint"/>
                        <mxPoint x="-1286.88" y="289.99999999999983" as="targetPoint"/>
                    </mxGeometry>
                </mxCell>
                <mxCell id="dOAtuW3WXPak9XoR4q0A-177" value="L2B_enable" style="text;html=1;whiteSpace=wrap;strokeColor=none;fillColor=none;align=center;verticalAlign=middle;rounded=0;" parent="1" vertex="1">
                    <mxGeometry x="-1275" y="339.71" width="43.52" height="20.29" as="geometry"/>
                </mxCell>
                <mxCell id="dOAtuW3WXPak9XoR4q0A-179" value="" style="endArrow=classic;html=1;rounded=0;entryX=0.398;entryY=1.001;entryDx=0;entryDy=0;entryPerimeter=0;exitX=0.399;exitY=0;exitDx=0;exitDy=0;exitPerimeter=0;" parent="1" source="30" target="29" edge="1">
                    <mxGeometry width="50" height="50" relative="1" as="geometry">
                        <mxPoint x="-1380" y="389.71" as="sourcePoint"/>
                        <mxPoint x="-1330" y="339.71" as="targetPoint"/>
                    </mxGeometry>
                </mxCell>
                <mxCell id="dOAtuW3WXPak9XoR4q0A-180" value="reset" style="text;html=1;whiteSpace=wrap;strokeColor=none;fillColor=none;align=center;verticalAlign=middle;rounded=0;" parent="1" vertex="1">
                    <mxGeometry x="-1410" y="334.86" width="60" height="30" as="geometry"/>
                </mxCell>
                <mxCell id="dOAtuW3WXPak9XoR4q0A-181" value="" style="endArrow=classic;html=1;entryX=-0.009;entryY=0.811;entryDx=0;entryDy=0;entryPerimeter=0;rounded=0;strokeColor=default;strokeWidth=3;align=center;verticalAlign=middle;fontFamily=Helvetica;fontSize=11;fontColor=default;labelBackgroundColor=default;curved=0;" parent="1" edge="1">
                    <mxGeometry width="50" height="50" relative="1" as="geometry">
                        <mxPoint x="-1720" y="230" as="sourcePoint"/>
                        <mxPoint x="-1500" y="230" as="targetPoint"/>
                    </mxGeometry>
                </mxCell>
                <mxCell id="dOAtuW3WXPak9XoR4q0A-183" value="" style="endArrow=classic;html=1;entryX=-0.009;entryY=0.811;entryDx=0;entryDy=0;entryPerimeter=0;rounded=0;strokeColor=default;strokeWidth=3;align=center;verticalAlign=middle;fontFamily=Helvetica;fontSize=11;fontColor=default;labelBackgroundColor=default;curved=0;" parent="1" edge="1">
                    <mxGeometry width="50" height="50" relative="1" as="geometry">
                        <mxPoint x="-1720" y="914.57" as="sourcePoint"/>
                        <mxPoint x="-1500" y="914.57" as="targetPoint"/>
                    </mxGeometry>
                </mxCell>
                <mxCell id="dOAtuW3WXPak9XoR4q0A-185" value="" style="endArrow=classic;html=1;entryX=-0.009;entryY=0.811;entryDx=0;entryDy=0;entryPerimeter=0;rounded=0;strokeColor=default;strokeWidth=3;align=center;verticalAlign=middle;fontFamily=Helvetica;fontSize=11;fontColor=default;labelBackgroundColor=default;curved=0;" parent="1" edge="1">
                    <mxGeometry width="50" height="50" relative="1" as="geometry">
                        <mxPoint x="-1723.5" y="1020" as="sourcePoint"/>
                        <mxPoint x="-1496.5" y="1020" as="targetPoint"/>
                    </mxGeometry>
                </mxCell>
                <mxCell id="dOAtuW3WXPak9XoR4q0A-188" value="&lt;b&gt;&lt;font style=&quot;font-size: 15px;&quot;&gt;i_lane_map_code&lt;/font&gt;&lt;/b&gt;" style="text;html=1;whiteSpace=wrap;strokeColor=none;fillColor=none;align=center;verticalAlign=middle;rounded=0;" parent="1" vertex="1">
                    <mxGeometry x="-1650" y="200" width="60" height="30" as="geometry"/>
                </mxCell>
                <mxCell id="dOAtuW3WXPak9XoR4q0A-189" value="&lt;b&gt;&lt;font style=&quot;font-size: 15px;&quot;&gt;i_lane_map_code&lt;/font&gt;&lt;/b&gt;" style="text;html=1;whiteSpace=wrap;strokeColor=none;fillColor=none;align=center;verticalAlign=middle;rounded=0;" parent="1" vertex="1">
                    <mxGeometry x="-1660" y="885.5" width="60" height="30" as="geometry"/>
                </mxCell>
                <mxCell id="dOAtuW3WXPak9XoR4q0A-190" value="&lt;b&gt;&lt;font style=&quot;font-size: 15px;&quot;&gt;i_rx_encoding&lt;/font&gt;&lt;/b&gt;" style="text;html=1;whiteSpace=wrap;strokeColor=none;fillColor=none;align=center;verticalAlign=middle;rounded=0;" parent="1" vertex="1">
                    <mxGeometry x="-1660" y="1038" width="60" height="30" as="geometry"/>
                </mxCell>
                <mxCell id="dOAtuW3WXPak9XoR4q0A-191" value="" style="endArrow=classic;html=1;entryX=-0.009;entryY=0.811;entryDx=0;entryDy=0;entryPerimeter=0;rounded=0;strokeColor=default;strokeWidth=3;align=center;verticalAlign=middle;fontFamily=Helvetica;fontSize=11;fontColor=default;labelBackgroundColor=default;curved=0;" parent="1" edge="1">
                    <mxGeometry width="50" height="50" relative="1" as="geometry">
                        <mxPoint x="-1727" y="1070" as="sourcePoint"/>
                        <mxPoint x="-1500" y="1070" as="targetPoint"/>
                    </mxGeometry>
                </mxCell>
                <mxCell id="dOAtuW3WXPak9XoR4q0A-193" value="&lt;b&gt;&lt;font style=&quot;font-size: 15px;&quot;&gt;i_reset&lt;/font&gt;&lt;/b&gt;" style="text;html=1;whiteSpace=wrap;strokeColor=none;fillColor=none;align=center;verticalAlign=middle;rounded=0;" parent="1" vertex="1">
                    <mxGeometry x="-1650" y="990" width="60" height="30" as="geometry"/>
                </mxCell>
                <mxCell id="dOAtuW3WXPak9XoR4q0A-195" value="" style="endArrow=none;html=1;rounded=0;" parent="1" edge="1">
                    <mxGeometry width="50" height="50" relative="1" as="geometry">
                        <mxPoint x="-1540" y="240" as="sourcePoint"/>
                        <mxPoint x="-1520" y="220" as="targetPoint"/>
                    </mxGeometry>
                </mxCell>
                <mxCell id="dOAtuW3WXPak9XoR4q0A-196" value="3" style="text;html=1;whiteSpace=wrap;strokeColor=none;fillColor=none;align=center;verticalAlign=middle;rounded=0;" parent="1" vertex="1">
                    <mxGeometry x="-1550" y="210" width="30" height="10" as="geometry"/>
                </mxCell>
                <mxCell id="dOAtuW3WXPak9XoR4q0A-201" value="" style="endArrow=none;html=1;rounded=0;" parent="1" edge="1">
                    <mxGeometry width="50" height="50" relative="1" as="geometry">
                        <mxPoint x="-1540" y="830" as="sourcePoint"/>
                        <mxPoint x="-1520" y="810" as="targetPoint"/>
                    </mxGeometry>
                </mxCell>
                <mxCell id="dOAtuW3WXPak9XoR4q0A-202" value="" style="endArrow=none;html=1;rounded=0;" parent="1" edge="1">
                    <mxGeometry width="50" height="50" relative="1" as="geometry">
                        <mxPoint x="-1540" y="925" as="sourcePoint"/>
                        <mxPoint x="-1520" y="905" as="targetPoint"/>
                    </mxGeometry>
                </mxCell>
                <mxCell id="dOAtuW3WXPak9XoR4q0A-203" value="3" style="text;html=1;whiteSpace=wrap;strokeColor=none;fillColor=none;align=center;verticalAlign=middle;rounded=0;" parent="1" vertex="1">
                    <mxGeometry x="-1555" y="895.5" width="40" height="10" as="geometry"/>
                </mxCell>
                <mxCell id="dOAtuW3WXPak9XoR4q0A-204" value="" style="endArrow=none;html=1;rounded=0;" parent="1" edge="1">
                    <mxGeometry width="50" height="50" relative="1" as="geometry">
                        <mxPoint x="-1535" y="670" as="sourcePoint"/>
                        <mxPoint x="-1515" y="650" as="targetPoint"/>
                    </mxGeometry>
                </mxCell>
                <mxCell id="dOAtuW3WXPak9XoR4q0A-206" value="" style="endArrow=none;html=1;rounded=0;" parent="1" edge="1">
                    <mxGeometry width="50" height="50" relative="1" as="geometry">
                        <mxPoint x="-1540" y="1080" as="sourcePoint"/>
                        <mxPoint x="-1520" y="1060" as="targetPoint"/>
                    </mxGeometry>
                </mxCell>
                <mxCell id="dOAtuW3WXPak9XoR4q0A-207" value="64" style="text;html=1;whiteSpace=wrap;strokeColor=none;fillColor=none;align=center;verticalAlign=middle;rounded=0;" parent="1" vertex="1">
                    <mxGeometry x="-1565" y="790" width="60" height="30" as="geometry"/>
                </mxCell>
                <mxCell id="dOAtuW3WXPak9XoR4q0A-208" value="9" style="text;html=1;whiteSpace=wrap;strokeColor=none;fillColor=none;align=center;verticalAlign=middle;rounded=0;" parent="1" vertex="1">
                    <mxGeometry x="-1565" y="1038" width="60" height="30" as="geometry"/>
                </mxCell>
                <mxCell id="dOAtuW3WXPak9XoR4q0A-209" value="3" style="text;html=1;whiteSpace=wrap;strokeColor=none;fillColor=none;align=center;verticalAlign=middle;rounded=0;" parent="1" vertex="1">
                    <mxGeometry x="-1560" y="630" width="60" height="30" as="geometry"/>
                </mxCell>
                <mxCell id="157" value="" style="endArrow=classic;html=1;entryX=-0.013;entryY=0.155;entryDx=0;entryDy=0;entryPerimeter=0;rounded=0;strokeColor=light-dark(#000000, #ff9090);strokeWidth=3;align=center;verticalAlign=middle;fontFamily=Helvetica;fontSize=11;fontColor=default;labelBackgroundColor=default;curved=0;jumpStyle=arc;" parent="1" target="34" edge="1">
                    <mxGeometry width="50" height="50" relative="1" as="geometry">
                        <Array as="points">
                            <mxPoint x="-1560" y="-80"/>
                            <mxPoint x="880" y="-80"/>
                            <mxPoint x="880" y="250"/>
                        </Array>
                        <mxPoint x="-1560" y="170" as="sourcePoint"/>
                        <mxPoint x="-550" y="-150" as="targetPoint"/>
                    </mxGeometry>
                </mxCell>
                <mxCell id="156" value="" style="endArrow=classic;html=1;entryX=-0.009;entryY=0.558;entryDx=0;entryDy=0;entryPerimeter=0;rounded=0;strokeColor=light-dark(#000000, #ff9090);strokeWidth=3;align=center;verticalAlign=middle;fontFamily=Helvetica;fontSize=11;fontColor=default;labelBackgroundColor=default;curved=0;jumpStyle=arc;" parent="1" target="29" edge="1">
                    <mxGeometry width="50" height="50" relative="1" as="geometry">
                        <Array as="points">
                            <mxPoint x="-1560" y="162"/>
                        </Array>
                        <mxPoint x="-1560" y="960" as="sourcePoint"/>
                        <mxPoint x="-1570" y="140" as="targetPoint"/>
                    </mxGeometry>
                </mxCell>
                <mxCell id="151" value="" style="endArrow=classic;html=1;entryX=0.013;entryY=0.877;entryDx=0;entryDy=0;entryPerimeter=0;rounded=0;curved=0;strokeColor=light-dark(#000000, #ff9090);strokeWidth=3;align=center;verticalAlign=middle;fontFamily=Helvetica;fontSize=11;fontColor=default;labelBackgroundColor=default;jumpStyle=arc;" parent="1" target="27" edge="1">
                    <mxGeometry width="50" height="50" relative="1" as="geometry">
                        <Array as="points">
                            <mxPoint x="-1560" y="1240"/>
                            <mxPoint x="-240" y="1240"/>
                            <mxPoint x="-240" y="860"/>
                        </Array>
                        <mxPoint x="-1560" y="960" as="sourcePoint"/>
                        <mxPoint x="-1090" y="1170" as="targetPoint"/>
                    </mxGeometry>
                </mxCell>
            </root>
        </mxGraphModel>
    </diagram>
</mxfile>